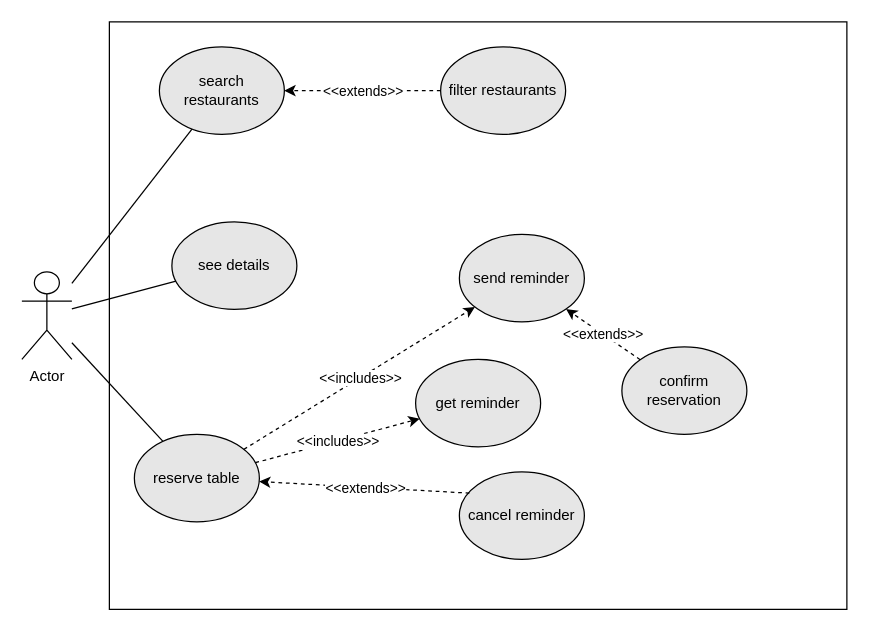
Earlier version of the draw.io diagram functionalModel.drawio (Eistbaren/models). Source tidied: cells renumbered, new cells numbered last; positions are measured from the earlier drawing's top-left corner, leaving out a move shared by most shapes. Both pictures are drawn from the tidied source at 125%, with x=0, y=0 at pixel (21, 21).
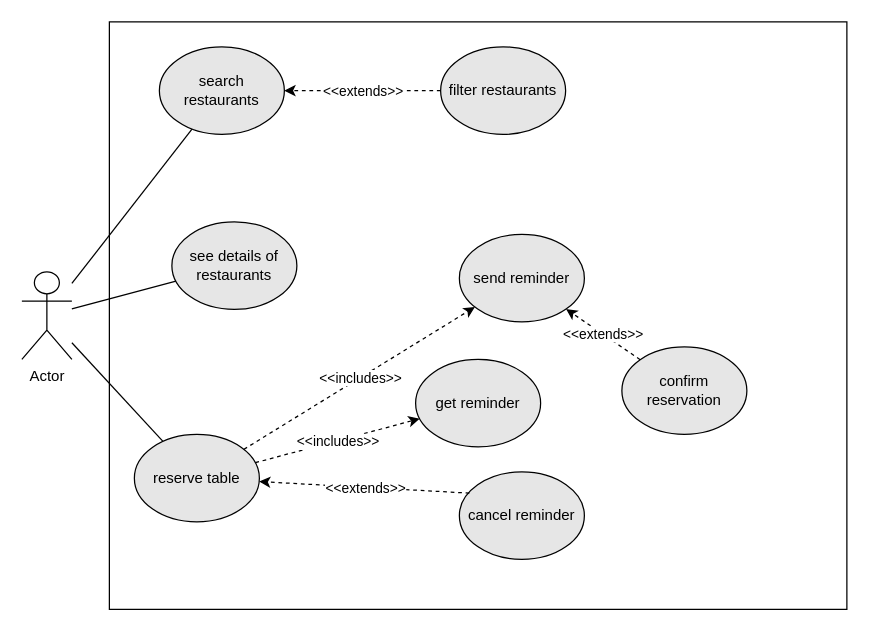
After the change.

Change to the diagram source:
```diff
@@
-    <mxCell id="6" value="see details" style="ellipse;whiteSpace=wrap;html=1;fillColor=#E6E6E6;" parent="1" vertex="1">
+    <mxCell id="6" value="see details of restaurants" style="ellipse;whiteSpace=wrap;html=1;fillColor=#E6E6E6;" parent="1" vertex="1">
       <mxGeometry x="120" y="160" width="100" height="70" as="geometry" />
     </mxCell>
```
